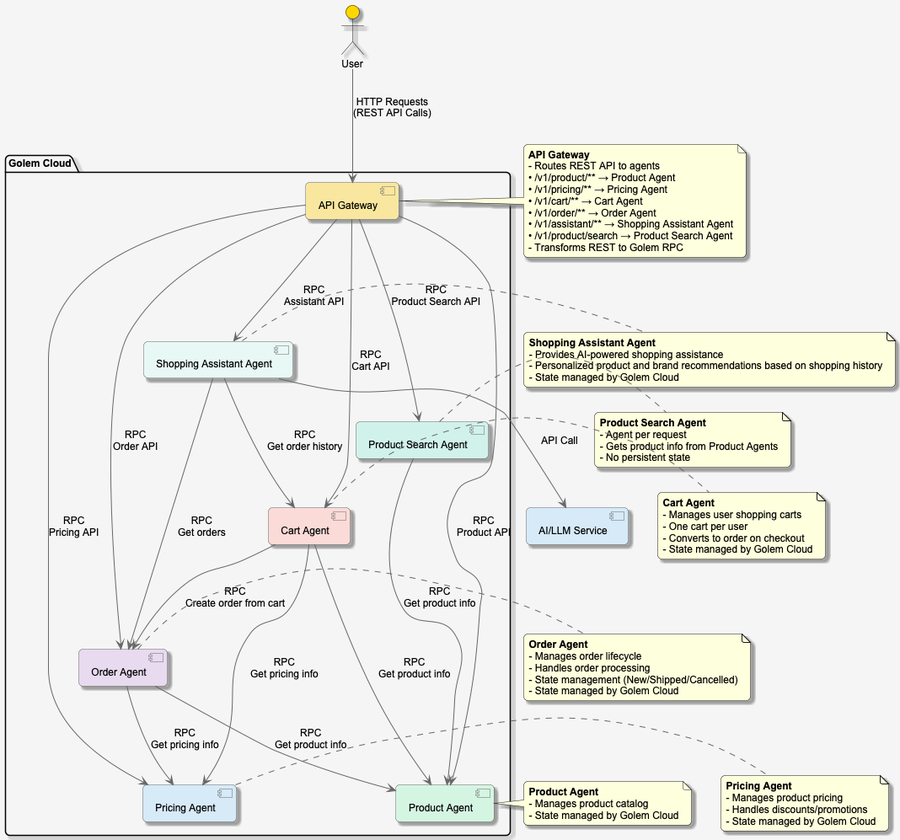
Before: architecture.png, a diagram exported from PlantUML (justcoon/golem-shopping-effect).
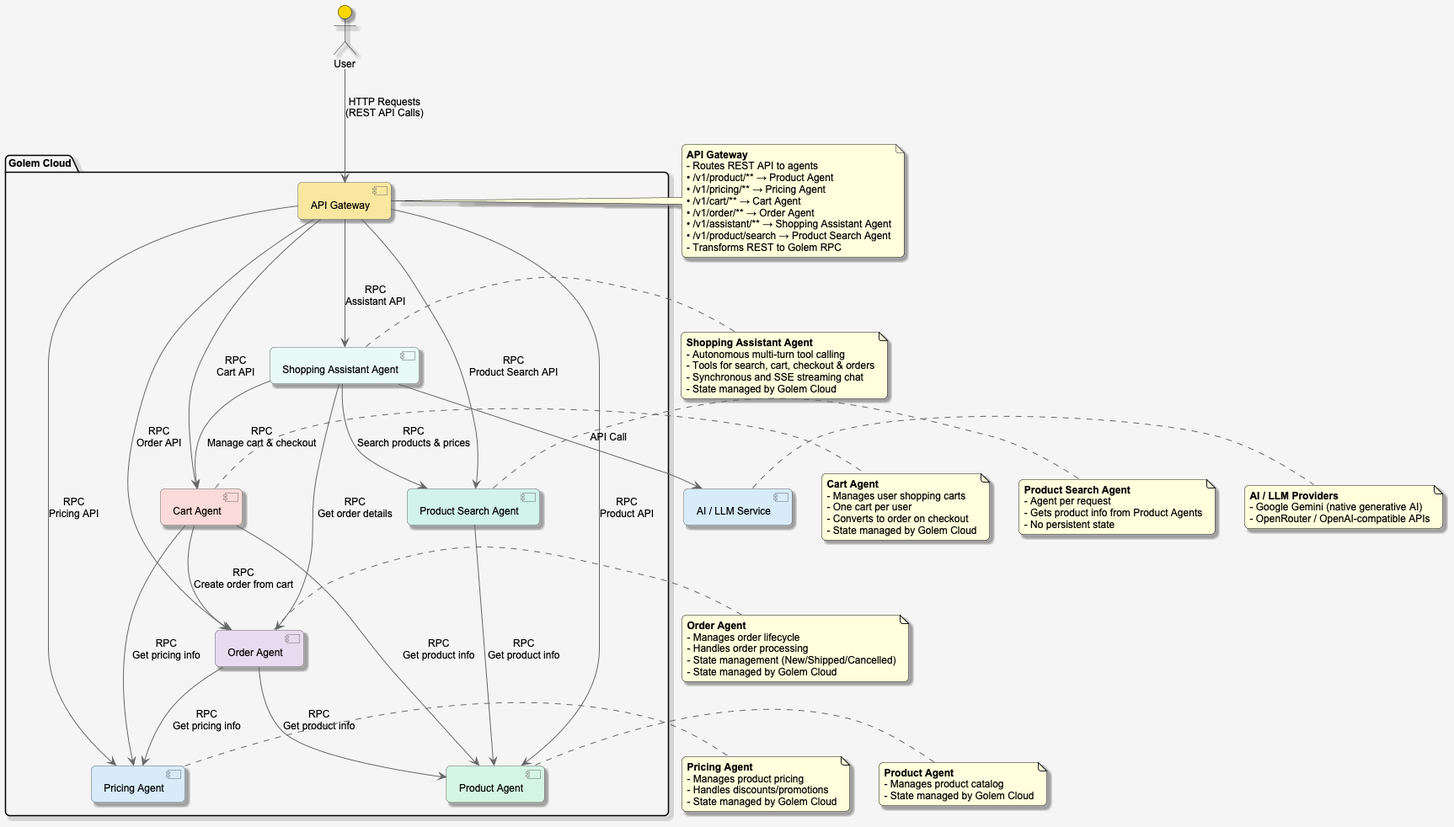
After the change.

Change to the diagram source:
```diff
@@ -38,8 +38,9 @@
 order --> pricing : "RPC\nGet pricing info"
 product_search --> product : "RPC\nGet product info"
 
-assistant --> cart : "RPC\nGet order history"
-assistant --> order : "RPC\nGet orders"
+assistant --> product_search : "RPC\nSearch products & prices"
+assistant --> cart : "RPC\nManage cart & checkout"
+assistant --> order : "RPC\nGet order details"
 
 note right of gateway
   <b>API Gateway</b>
@@ -89,14 +90,21 @@
   - No persistent state
 end note
 
-[AI/LLM Service] as llm #D6EAF8
+[AI / LLM Service] as llm #D6EAF8
 
 assistant --> llm : "API Call"
 
+note right of llm
+  <b>AI / LLM Providers</b>
+  - Google Gemini (native generative AI)
+  - OpenRouter / OpenAI-compatible APIs
+end note
+
 note right of assistant
   <b>Shopping Assistant Agent</b>
-  - Provides AI-powered shopping assistance
-  - Personalized product and brand recommendations based on shopping history
+  - Autonomous multi-turn tool calling
+  - Tools for search, cart, checkout & orders
+  - Synchronous and SSE streaming chat
   - State managed by Golem Cloud
 end note
 
```
